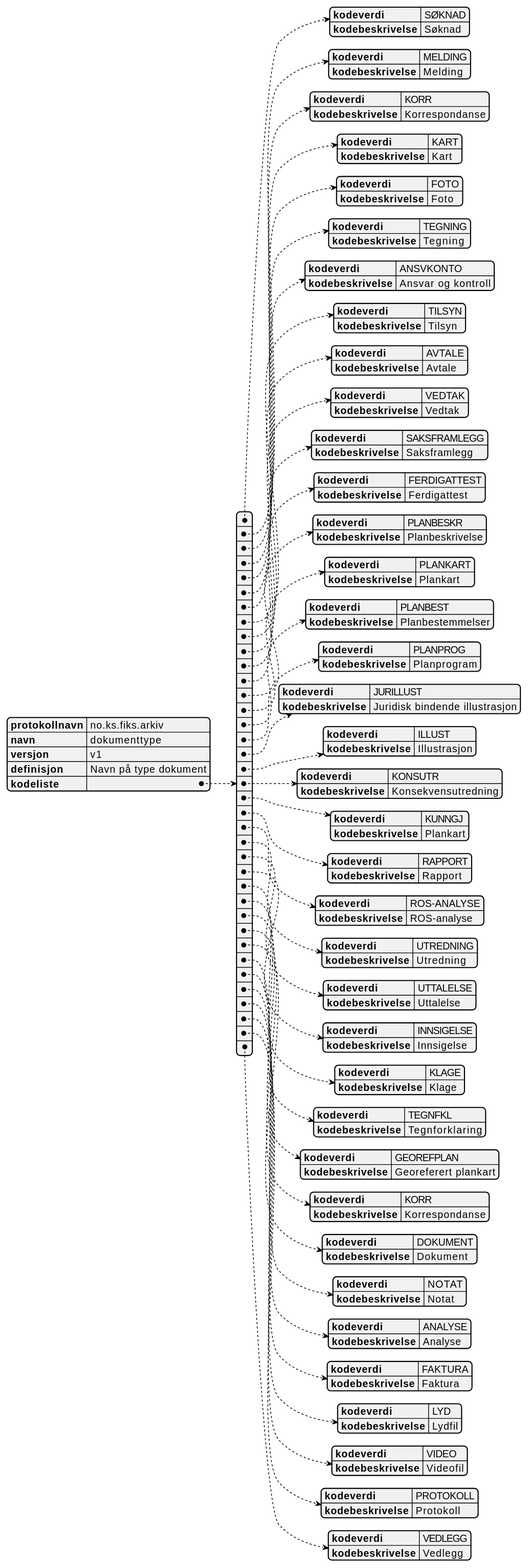
ks-no/fiks-arkiv-specification keeps this PlantUML diagram as Schema/V1/kodelister/no.ks.fiks.arkiv.v1.kodelister.dokumenttype/no.ks.fiks.arkiv.v1.kodelister.dokumenttype.svg. Above is the earlier version.
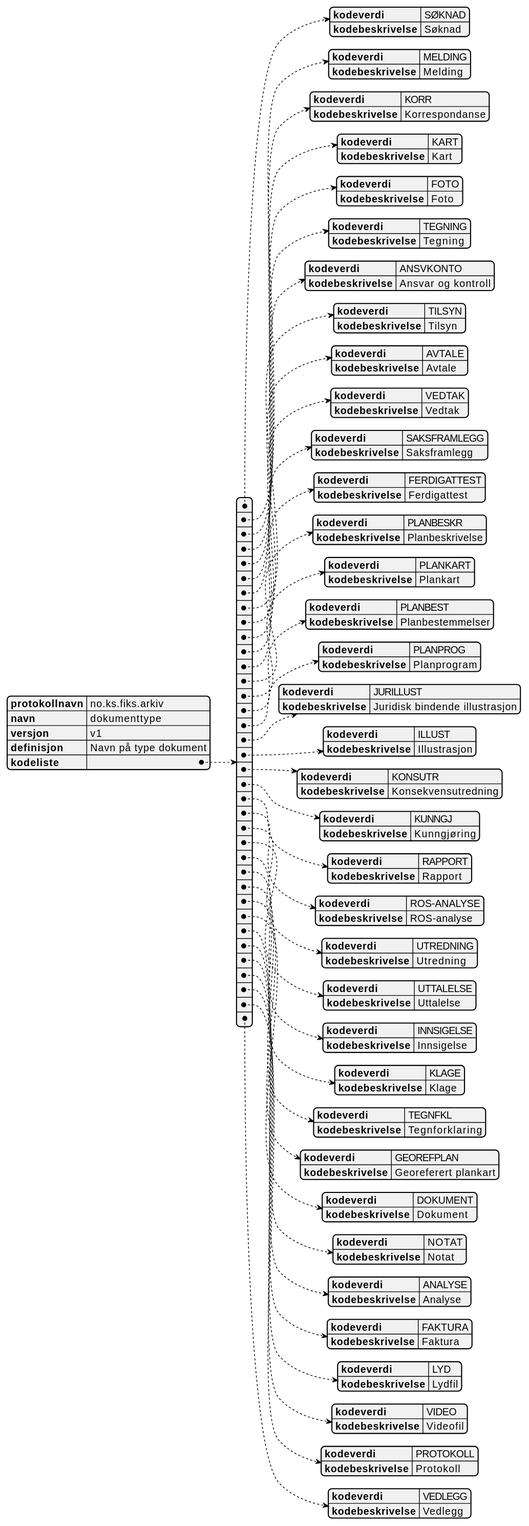
After the change.

The edit, as a diff of the source:
```diff
@@ -1,158 +1,154 @@
 @startjson
 {
-   "protokollnavn": "no.ks.fiks.arkiv",
-   "navn": "dokumenttype",
-   "versjon": "v1",
-   "definisjon": "Navn på type dokument",
-   "kodeliste": [
-     {
-       "kodeverdi" : "SØKNAD",
-       "kodebeskrivelse" : "Søknad"
-     },
-     {
-       "kodeverdi" : "MELDING",
-       "kodebeskrivelse" : "Melding"
-     },
-     {
-       "kodeverdi" : "KORR",
-       "kodebeskrivelse" : "Korrespondanse"
-     },
-     {
-       "kodeverdi" : "KART",
-       "kodebeskrivelse" : "Kart"
-     },
-     {
-       "kodeverdi" : "FOTO",
-       "kodebeskrivelse" : "Foto"
-     },
-     {
-       "kodeverdi" : "TEGNING",
-       "kodebeskrivelse" : "Tegning"
-     },
-     {
-       "kodeverdi" : "ANSVKONTO",
-       "kodebeskrivelse" : "Ansvar og kontroll"
-     },
-     {
-       "kodeverdi" : "TILSYN",
-       "kodebeskrivelse" : "Tilsyn"
-     },
-     {
-       "kodeverdi" : "AVTALE",
-       "kodebeskrivelse" : "Avtale"
-     },
-     {
-       "kodeverdi" : "VEDTAK",
-       "kodebeskrivelse" : "Vedtak"
-     },
-     {
-       "kodeverdi" : "SAKSFRAMLEGG",
-       "kodebeskrivelse" : "Saksframlegg"
-     },
-     {
-       "kodeverdi" : "FERDIGATTEST",
-       "kodebeskrivelse" : "Ferdigattest"
-     },
-     {
-       "kodeverdi" : "PLANBESKR",
-       "kodebeskrivelse" : "Planbeskrivelse"
-     },
-     {
-       "kodeverdi" : "PLANKART",
-       "kodebeskrivelse" : "Plankart"
-     },
-     {
-       "kodeverdi" : "PLANBEST",
-       "kodebeskrivelse" : "Planbestemmelser"
-     },
-     {
-       "kodeverdi" : "PLANPROG",
-       "kodebeskrivelse" : "Planprogram"
-     },
-     {
-       "kodeverdi" : "JURILLUST",
-       "kodebeskrivelse" : "Juridisk bindende illustrasjon"
-     },
-     {
-       "kodeverdi" : "ILLUST",
-       "kodebeskrivelse" : "Illustrasjon"
-     },
-     {
-       "kodeverdi" : "KONSUTR",
-       "kodebeskrivelse" : "Konsekvensutredning"
-     },
-     {
-       "kodeverdi" : "KUNNGJ",
-       "kodebeskrivelse" : "Plankart"
-     },
-     {
-       "kodeverdi" : "RAPPORT",
-       "kodebeskrivelse" : "Rapport"
-     },
-     {
-       "kodeverdi" : "ROS-ANALYSE",
-       "kodebeskrivelse" : "ROS-analyse"
-     },
-     {
-       "kodeverdi" : "UTREDNING",
-       "kodebeskrivelse" : "Utredning"
-     },
-     {
-       "kodeverdi" : "UTTALELSE",
-       "kodebeskrivelse" : "Uttalelse"
-     },
-     {
-       "kodeverdi" : "INNSIGELSE",
-       "kodebeskrivelse" : "Innsigelse"
-     },
-     {
-       "kodeverdi" : "KLAGE",
-       "kodebeskrivelse" : "Klage"
-     },
-     {
-       "kodeverdi" : "TEGNFKL",
-       "kodebeskrivelse" : "Tegnforklaring"
-     },
-     {
-       "kodeverdi" : "GEOREFPLAN",
-       "kodebeskrivelse" : "Georeferert plankart"
-     },
-     {
-       "kodeverdi" : "KORR",
-       "kodebeskrivelse" : "Korrespondanse"
-     },
-     {
-       "kodeverdi" : "DOKUMENT",
-       "kodebeskrivelse" : "Dokument"
-     },
-     {
-       "kodeverdi" : "NOTAT",
-       "kodebeskrivelse" : "Notat"
-     },
-     {
-       "kodeverdi" : "ANALYSE",
-       "kodebeskrivelse" : "Analyse"
-     },
-     {
-       "kodeverdi" : "FAKTURA",
-       "kodebeskrivelse" : "Faktura"
-     },
-     {
-       "kodeverdi" : "LYD",
-       "kodebeskrivelse" : "Lydfil"
-     },
-     {
-       "kodeverdi" : "VIDEO",
-       "kodebeskrivelse" : "Videofil"
-     },
-     {
-       "kodeverdi" : "PROTOKOLL",
-       "kodebeskrivelse" : "Protokoll"
-     },
-     {
-       "kodeverdi" : "VEDLEGG",
-       "kodebeskrivelse" : "Vedlegg"
-     }
-   ]
- }
+  "protokollnavn": "no.ks.fiks.arkiv",
+  "navn": "dokumenttype",
+  "versjon": "v1",
+  "definisjon": "Navn på type dokument",
+  "kodeliste": [
+    {
+      "kodeverdi" : "SØKNAD",
+      "kodebeskrivelse" : "Søknad"
+    },
+    {
+      "kodeverdi" : "MELDING",
+      "kodebeskrivelse" : "Melding"
+    },
+    {
+      "kodeverdi" : "KORR",
+      "kodebeskrivelse" : "Korrespondanse"
+    },
+    {
+      "kodeverdi" : "KART",
+      "kodebeskrivelse" : "Kart"
+    },
+    {
+      "kodeverdi" : "FOTO",
+      "kodebeskrivelse" : "Foto"
+    },
+    {
+      "kodeverdi" : "TEGNING",
+      "kodebeskrivelse" : "Tegning"
+    },
+    {
+      "kodeverdi" : "ANSVKONTO",
+      "kodebeskrivelse" : "Ansvar og kontroll"
+    },
+    {
+      "kodeverdi" : "TILSYN",
+      "kodebeskrivelse" : "Tilsyn"
+    },
+    {
+      "kodeverdi" : "AVTALE",
+      "kodebeskrivelse" : "Avtale"
+    },
+    {
+      "kodeverdi" : "VEDTAK",
+      "kodebeskrivelse" : "Vedtak"
+    },
+    {
+      "kodeverdi" : "SAKSFRAMLEGG",
+      "kodebeskrivelse" : "Saksframlegg"
+    },
+    {
+      "kodeverdi" : "FERDIGATTEST",
+      "kodebeskrivelse" : "Ferdigattest"
+    },
+    {
+      "kodeverdi" : "PLANBESKR",
+      "kodebeskrivelse" : "Planbeskrivelse"
+    },
+    {
+      "kodeverdi" : "PLANKART",
+      "kodebeskrivelse" : "Plankart"
+    },
+    {
+      "kodeverdi" : "PLANBEST",
+      "kodebeskrivelse" : "Planbestemmelser"
+    },
+    {
+      "kodeverdi" : "PLANPROG",
+      "kodebeskrivelse" : "Planprogram"
+    },
+    {
+      "kodeverdi" : "JURILLUST",
+      "kodebeskrivelse" : "Juridisk bindende illustrasjon"
+    },
+    {
+      "kodeverdi" : "ILLUST",
+      "kodebeskrivelse" : "Illustrasjon"
+    },
+    {
+      "kodeverdi" : "KONSUTR",
+      "kodebeskrivelse" : "Konsekvensutredning"
+    },
+    {
+      "kodeverdi" : "KUNNGJ",
+      "kodebeskrivelse" : "Kunngjøring"
+    },
+    {
+      "kodeverdi" : "RAPPORT",
+      "kodebeskrivelse" : "Rapport"
+    },
+    {
+      "kodeverdi" : "ROS-ANALYSE",
+      "kodebeskrivelse" : "ROS-analyse"
+    },
+    {
+      "kodeverdi" : "UTREDNING",
+      "kodebeskrivelse" : "Utredning"
+    },
+    {
+      "kodeverdi" : "UTTALELSE",
+      "kodebeskrivelse" : "Uttalelse"
+    },
+    {
+      "kodeverdi" : "INNSIGELSE",
+      "kodebeskrivelse" : "Innsigelse"
+    },
+    {
+      "kodeverdi" : "KLAGE",
+      "kodebeskrivelse" : "Klage"
+    },
+    {
+      "kodeverdi" : "TEGNFKL",
+      "kodebeskrivelse" : "Tegnforklaring"
+    },
+    {
+      "kodeverdi" : "GEOREFPLAN",
+      "kodebeskrivelse" : "Georeferert plankart"
+    },
+    {
+      "kodeverdi" : "DOKUMENT",
+      "kodebeskrivelse" : "Dokument"
+    },
+    {
+      "kodeverdi" : "NOTAT",
+      "kodebeskrivelse" : "Notat"
+    },
+    {
+      "kodeverdi" : "ANALYSE",
+      "kodebeskrivelse" : "Analyse"
+    },
+    {
+      "kodeverdi" : "FAKTURA",
+      "kodebeskrivelse" : "Faktura"
+    },
+    {
+      "kodeverdi" : "LYD",
+      "kodebeskrivelse" : "Lydfil"
+    },
+    {
+      "kodeverdi" : "VIDEO",
+      "kodebeskrivelse" : "Videofil"
+    },
+    {
+      "kodeverdi" : "PROTOKOLL",
+      "kodebeskrivelse" : "Protokoll"
+    },
+    {
+      "kodeverdi" : "VEDLEGG",
+      "kodebeskrivelse" : "Vedlegg"
+    }
+  ]
+}
 @endjson
```
